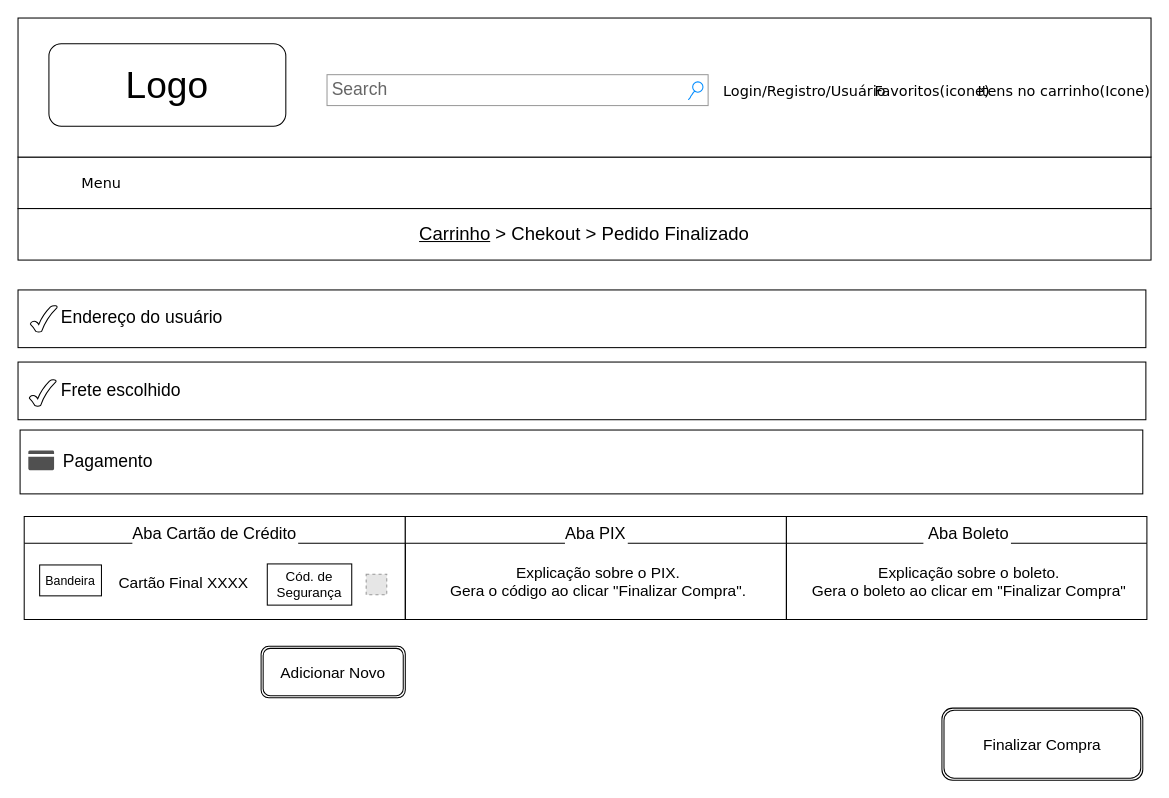
This is page "7.1 Pagamento" (15 of 17) of wireframe.drawio from pdaambrosio/dh_group_5, a draw.io file, before an edit. Source tidied: cells renumbered, new cells numbered last; positions are measured from the earlier drawing's top-left corner, leaving out a move shared by most shapes. Both pictures are drawn from the tidied source at 103%, with x=0, y=0 at pixel (18, 18). Pictures stored in the file or linked from it are replaced by grey dashed boxes.
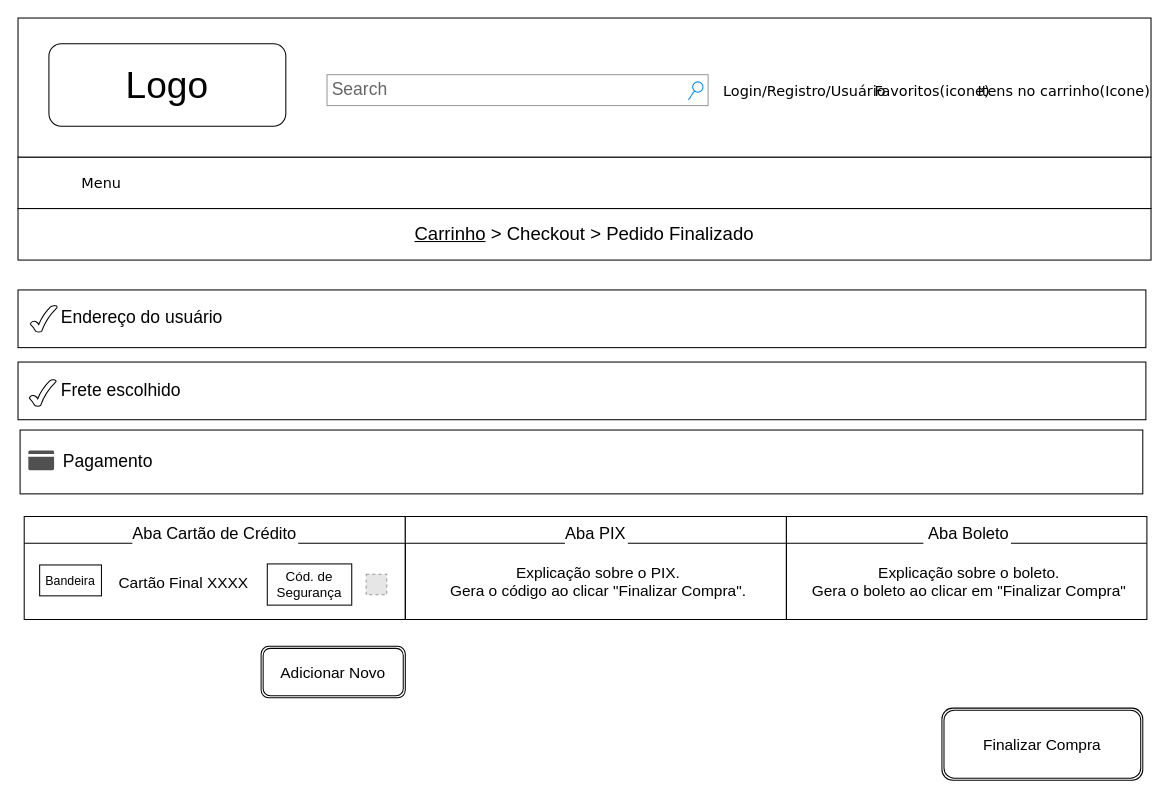
After the change.

What changed in the source:
```diff
@@
-    <mxCell id="10" value="&lt;font style=&quot;font-size: 18px&quot;&gt;&lt;u&gt;Carrinho&lt;/u&gt; &amp;gt; Chekout &amp;gt; Pedido Finalizado&lt;/font&gt;" style="rounded=0;whiteSpace=wrap;html=1;" parent="1" vertex="1">
+    <mxCell id="10" value="&lt;font style=&quot;font-size: 18px&quot;&gt;&lt;u&gt;Carrinho&lt;/u&gt; &amp;gt; Checkout &amp;gt; Pedido Finalizado&lt;/font&gt;" style="rounded=0;whiteSpace=wrap;html=1;" parent="1" vertex="1">
       <mxGeometry y="185" width="1100" height="50" as="geometry" />
     </mxCell>
```
